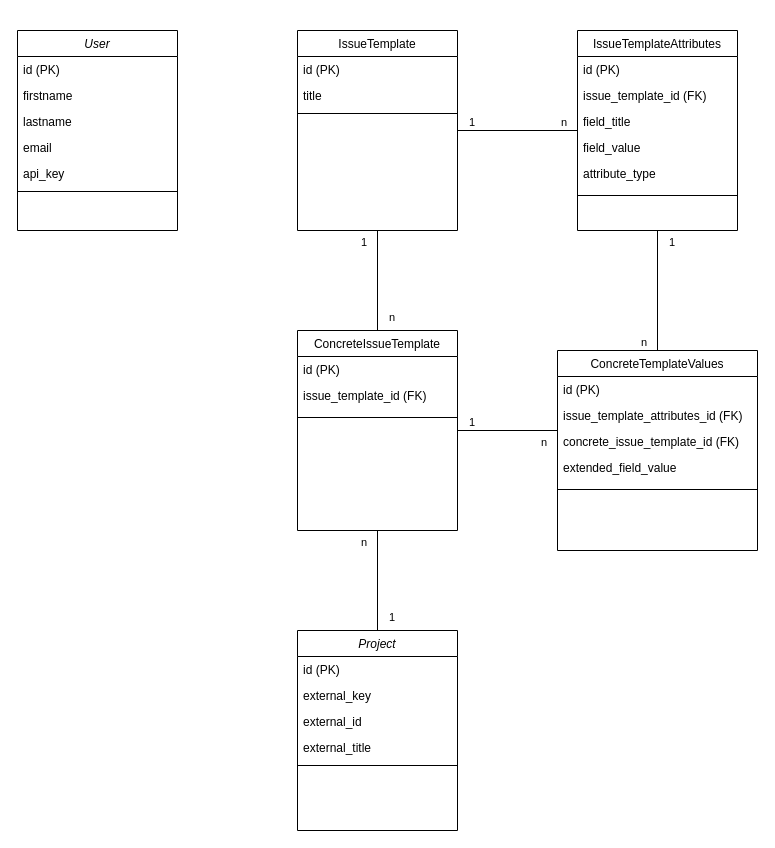
Before: diagrams/event_controller.drawio in NicoHahn/loopview, a draw.io diagram. Source tidied: cells renumbered, new cells numbered last; positions are measured from the earlier drawing's top-left corner, leaving out a move shared by most shapes. Both pictures are drawn from the tidied source at 100%, with x=0, y=0 at pixel (17, 30).
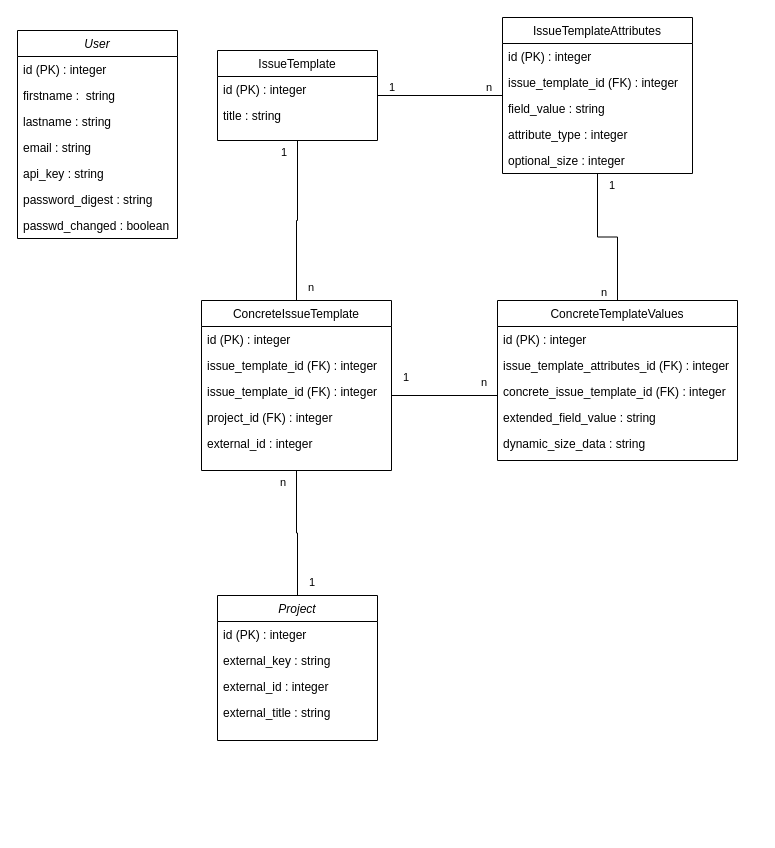
The same page after the edit.

What changed in the source:
```diff
@@
     <mxCell id="2" value="User" style="swimlane;fontStyle=2;align=center;verticalAlign=top;horizontal=1;startSize=26;rounded=0;shadow=0;strokeWidth=1;" parent="1" vertex="1">
-      <mxGeometry width="160" height="200" as="geometry" />
+      <mxGeometry width="160" height="208" as="geometry" />
     </mxCell>
-    <mxCell id="3" value="id (PK)" style="text;align=left;verticalAlign=top;spacingLeft=4;spacingRight=4;overflow=hidden;" parent="2" vertex="1">
+    <mxCell id="3" value="id (PK) : integer" style="text;align=left;verticalAlign=top;spacingLeft=4;spacingRight=4;overflow=hidden;" parent="2" vertex="1">
       <mxGeometry y="26" width="160" height="26" as="geometry" />
     </mxCell>
-    <mxCell id="4" value="firstname" style="text;align=left;verticalAlign=top;spacingLeft=4;spacingRight=4;overflow=hidden;" parent="2" vertex="1">
+    <mxCell id="4" value="firstname :  string" style="text;align=left;verticalAlign=top;spacingLeft=4;spacingRight=4;overflow=hidden;" parent="2" vertex="1">
       <mxGeometry y="52" width="160" height="26" as="geometry" />
     </mxCell>
-    <mxCell id="5" value="lastname" style="text;align=left;verticalAlign=top;spacingLeft=4;spacingRight=4;overflow=hidden;rounded=0;shadow=0;html=0;" parent="2" vertex="1">
+    <mxCell id="5" value="lastname : string" style="text;align=left;verticalAlign=top;spacingLeft=4;spacingRight=4;overflow=hidden;rounded=0;shadow=0;html=0;" parent="2" vertex="1">
       <mxGeometry y="78" width="160" height="26" as="geometry" />
     </mxCell>
-    <mxCell id="6" value="email" style="text;align=left;verticalAlign=top;spacingLeft=4;spacingRight=4;overflow=hidden;rounded=0;shadow=0;html=0;" parent="2" vertex="1">
+    <mxCell id="6" value="email : string" style="text;align=left;verticalAlign=top;spacingLeft=4;spacingRight=4;overflow=hidden;rounded=0;shadow=0;html=0;" parent="2" vertex="1">
       <mxGeometry y="104" width="160" height="26" as="geometry" />
     </mxCell>
-    <mxCell id="7" value="api_key" style="text;align=left;verticalAlign=top;spacingLeft=4;spacingRight=4;overflow=hidden;rounded=0;shadow=0;html=0;" parent="2" vertex="1">
+    <mxCell id="7" value="api_key : string" style="text;align=left;verticalAlign=top;spacingLeft=4;spacingRight=4;overflow=hidden;rounded=0;shadow=0;html=0;" parent="2" vertex="1">
       <mxGeometry y="130" width="160" height="26" as="geometry" />
     </mxCell>
-    <mxCell id="8" style="line;html=1;strokeWidth=1;align=left;verticalAlign=middle;spacingTop=-1;spacingLeft=3;spacingRight=3;labelPosition=right;" parent="2" vertex="1">
-      <mxGeometry y="156" width="160" height="10" as="geometry" />
-    </mxCell>
+    <mxCell id="51" value="password_digest : string" style="text;align=left;verticalAlign=top;spacingLeft=4;spacingRight=4;overflow=hidden;rounded=0;shadow=0;html=0;" parent="2" vertex="1">
+      <mxGeometry y="156" width="160" height="26" as="geometry" />
+    </mxCell>
+    <mxCell id="52" value="passwd_changed : boolean" style="text;align=left;verticalAlign=top;spacingLeft=4;spacingRight=4;overflow=hidden;rounded=0;shadow=0;html=0;" parent="2" vertex="1">
+      <mxGeometry y="182" width="160" height="26" as="geometry" />
+    </mxCell>
     <mxCell id="9" value="IssueTemplate" style="swimlane;fontStyle=0;align=center;verticalAlign=top;horizontal=1;startSize=26;rounded=0;shadow=0;strokeWidth=1;" parent="1" vertex="1">
-      <mxGeometry x="280" width="160" height="200" as="geometry" />
+      <mxGeometry x="200" y="20" width="160" height="90" as="geometry" />
     </mxCell>
-    <mxCell id="10" value="id (PK)" style="text;align=left;verticalAlign=top;spacingLeft=4;spacingRight=4;overflow=hidden;" parent="9" vertex="1">
+    <mxCell id="10" value="id (PK) : integer" style="text;align=left;verticalAlign=top;spacingLeft=4;spacingRight=4;overflow=hidden;" parent="9" vertex="1">
       <mxGeometry y="26" width="160" height="26" as="geometry" />
     </mxCell>
-    <mxCell id="11" value="title" style="text;align=left;verticalAlign=top;spacingLeft=4;spacingRight=4;overflow=hidden;" parent="9" vertex="1">
+    <mxCell id="11" value="title : string" style="text;align=left;verticalAlign=top;spacingLeft=4;spacingRight=4;overflow=hidden;" parent="9" vertex="1">
       <mxGeometry y="52" width="160" height="26" as="geometry" />
     </mxCell>
-    <mxCell id="12" style="line;html=1;strokeWidth=1;align=left;verticalAlign=middle;spacingTop=-1;spacingLeft=3;spacingRight=3;labelPosition=right;" parent="9" vertex="1">
-      <mxGeometry y="78" width="160" height="10" as="geometry" />
-    </mxCell>
     <mxCell id="13" value="Project" style="swimlane;fontStyle=2;align=center;verticalAlign=top;horizontal=1;startSize=26;rounded=0;shadow=0;strokeWidth=1;" parent="1" vertex="1">
-      <mxGeometry x="280" y="600" width="160" height="200" as="geometry" />
+      <mxGeometry x="200" y="565" width="160" height="145" as="geometry" />
     </mxCell>
-    <mxCell id="14" value="id (PK)" style="text;align=left;verticalAlign=top;spacingLeft=4;spacingRight=4;overflow=hidden;rounded=0;shadow=0;html=0;" parent="13" vertex="1">
+    <mxCell id="14" value="id (PK) : integer" style="text;align=left;verticalAlign=top;spacingLeft=4;spacingRight=4;overflow=hidden;rounded=0;shadow=0;html=0;" parent="13" vertex="1">
       <mxGeometry y="26" width="160" height="26" as="geometry" />
     </mxCell>
-    <mxCell id="15" value="external_key" style="text;align=left;verticalAlign=top;spacingLeft=4;spacingRight=4;overflow=hidden;rounded=0;shadow=0;html=0;" parent="13" vertex="1">
+    <mxCell id="15" value="external_key : string" style="text;align=left;verticalAlign=top;spacingLeft=4;spacingRight=4;overflow=hidden;rounded=0;shadow=0;html=0;" parent="13" vertex="1">
       <mxGeometry y="52" width="160" height="26" as="geometry" />
     </mxCell>
-    <mxCell id="16" value="external_id" style="text;align=left;verticalAlign=top;spacingLeft=4;spacingRight=4;overflow=hidden;rounded=0;shadow=0;html=0;" parent="13" vertex="1">
+    <mxCell id="16" value="external_id : integer" style="text;align=left;verticalAlign=top;spacingLeft=4;spacingRight=4;overflow=hidden;rounded=0;shadow=0;html=0;" parent="13" vertex="1">
       <mxGeometry y="78" width="160" height="26" as="geometry" />
     </mxCell>
-    <mxCell id="17" value="external_title" style="text;align=left;verticalAlign=top;spacingLeft=4;spacingRight=4;overflow=hidden;rounded=0;shadow=0;html=0;" parent="13" vertex="1">
+    <mxCell id="17" value="external_title : string" style="text;align=left;verticalAlign=top;spacingLeft=4;spacingRight=4;overflow=hidden;rounded=0;shadow=0;html=0;" parent="13" vertex="1">
       <mxGeometry y="104" width="160" height="26" as="geometry" />
     </mxCell>
-    <mxCell id="18" style="line;html=1;strokeWidth=1;align=left;verticalAlign=middle;spacingTop=-1;spacingLeft=3;spacingRight=3;labelPosition=right;" parent="13" vertex="1">
-      <mxGeometry y="130" width="160" height="10" as="geometry" />
-    </mxCell>
     <mxCell id="19" value="ConcreteIssueTemplate" style="swimlane;fontStyle=0;align=center;verticalAlign=top;horizontal=1;startSize=26;rounded=0;shadow=0;strokeWidth=1;" parent="1" vertex="1">
-      <mxGeometry x="280" y="300" width="160" height="200" as="geometry" />
+      <mxGeometry x="184" y="270" width="190" height="170" as="geometry" />
     </mxCell>
-    <mxCell id="20" value="id (PK)" style="text;align=left;verticalAlign=top;spacingLeft=4;spacingRight=4;overflow=hidden;" parent="19" vertex="1">
-      <mxGeometry y="26" width="160" height="26" as="geometry" />
+    <mxCell id="20" value="id (PK) : integer" style="text;align=left;verticalAlign=top;spacingLeft=4;spacingRight=4;overflow=hidden;" parent="19" vertex="1">
+      <mxGeometry y="26" width="190" height="26" as="geometry" />
     </mxCell>
-    <mxCell id="21" value="issue_template_id (FK)" style="text;align=left;verticalAlign=top;spacingLeft=4;spacingRight=4;overflow=hidden;" parent="19" vertex="1">
-      <mxGeometry y="52" width="160" height="26" as="geometry" />
+    <mxCell id="21" value="issue_template_id (FK) : integer" style="text;align=left;verticalAlign=top;spacingLeft=4;spacingRight=4;overflow=hidden;" parent="19" vertex="1">
+      <mxGeometry y="52" width="190" height="26" as="geometry" />
     </mxCell>
-    <mxCell id="22" style="line;html=1;strokeWidth=1;align=left;verticalAlign=middle;spacingTop=-1;spacingLeft=3;spacingRight=3;labelPosition=right;" parent="19" vertex="1">
-      <mxGeometry y="78" width="160" height="18" as="geometry" />
-    </mxCell>
+    <mxCell id="53" value="issue_template_id (FK) : integer" style="text;align=left;verticalAlign=top;spacingLeft=4;spacingRight=4;overflow=hidden;" parent="19" vertex="1">
+      <mxGeometry y="78" width="190" height="26" as="geometry" />
+    </mxCell>
+    <mxCell id="54" value="project_id (FK) : integer" style="text;align=left;verticalAlign=top;spacingLeft=4;spacingRight=4;overflow=hidden;" parent="19" vertex="1">
+      <mxGeometry y="104" width="190" height="26" as="geometry" />
+    </mxCell>
+    <mxCell id="55" value="external_id : integer" style="text;align=left;verticalAlign=top;spacingLeft=4;spacingRight=4;overflow=hidden;" parent="19" vertex="1">
+      <mxGeometry y="130" width="190" height="26" as="geometry" />
+    </mxCell>
@@
     <mxCell id="29" value="ConcreteTemplateValues" style="swimlane;fontStyle=0;align=center;verticalAlign=top;horizontal=1;startSize=26;rounded=0;shadow=0;strokeWidth=1;" parent="1" vertex="1">
-      <mxGeometry x="540" y="320" width="200" height="200" as="geometry" />
+      <mxGeometry x="480" y="270" width="240" height="160" as="geometry" />
     </mxCell>
-    <mxCell id="30" value="id (PK)" style="text;align=left;verticalAlign=top;spacingLeft=4;spacingRight=4;overflow=hidden;" parent="29" vertex="1">
-      <mxGeometry y="26" width="200" height="26" as="geometry" />
+    <mxCell id="30" value="id (PK) : integer" style="text;align=left;verticalAlign=top;spacingLeft=4;spacingRight=4;overflow=hidden;" parent="29" vertex="1">
+      <mxGeometry y="26" width="240" height="26" as="geometry" />
     </mxCell>
-    <mxCell id="31" value="issue_template_attributes_id (FK)" style="text;align=left;verticalAlign=top;spacingLeft=4;spacingRight=4;overflow=hidden;" parent="29" vertex="1">
-      <mxGeometry y="52" width="200" height="26" as="geometry" />
+    <mxCell id="31" value="issue_template_attributes_id (FK) : integer" style="text;align=left;verticalAlign=top;spacingLeft=4;spacingRight=4;overflow=hidden;" parent="29" vertex="1">
+      <mxGeometry y="52" width="240" height="26" as="geometry" />
     </mxCell>
-    <mxCell id="32" value="concrete_issue_template_id (FK)" style="text;align=left;verticalAlign=top;spacingLeft=4;spacingRight=4;overflow=hidden;points=[[0,0.5],[1,0.5]];portConstraint=eastwest;" parent="29" vertex="1">
-      <mxGeometry y="78" width="200" height="26" as="geometry" />
+    <mxCell id="32" value="concrete_issue_template_id (FK) : integer" style="text;align=left;verticalAlign=top;spacingLeft=4;spacingRight=4;overflow=hidden;points=[[0,0.5],[1,0.5]];portConstraint=eastwest;" parent="29" vertex="1">
+      <mxGeometry y="78" width="240" height="26" as="geometry" />
     </mxCell>
-    <mxCell id="33" value="extended_field_value" style="text;align=left;verticalAlign=top;spacingLeft=4;spacingRight=4;overflow=hidden;points=[[0,0.5],[1,0.5]];portConstraint=eastwest;" parent="29" vertex="1">
-      <mxGeometry y="104" width="200" height="26" as="geometry" />
+    <mxCell id="33" value="extended_field_value : string" style="text;align=left;verticalAlign=top;spacingLeft=4;spacingRight=4;overflow=hidden;points=[[0,0.5],[1,0.5]];portConstraint=eastwest;" parent="29" vertex="1">
+      <mxGeometry y="104" width="240" height="26" as="geometry" />
     </mxCell>
-    <mxCell id="34" style="line;html=1;strokeWidth=1;align=left;verticalAlign=middle;spacingTop=-1;spacingLeft=3;spacingRight=3;labelPosition=right;" parent="29" vertex="1">
-      <mxGeometry y="130" width="200" height="18" as="geometry" />
-    </mxCell>
+    <mxCell id="56" value="dynamic_size_data : string" style="text;align=left;verticalAlign=top;spacingLeft=4;spacingRight=4;overflow=hidden;" parent="29" vertex="1">
+      <mxGeometry y="130" width="240" height="26" as="geometry" />
+    </mxCell>
     <mxCell id="35" value="IssueTemplateAttributes" style="swimlane;fontStyle=0;align=center;verticalAlign=top;horizontal=1;startSize=26;rounded=0;shadow=0;strokeWidth=1;" parent="1" vertex="1">
-      <mxGeometry x="560" width="160" height="200" as="geometry" />
+      <mxGeometry x="485" y="-13" width="190" height="156" as="geometry" />
     </mxCell>
-    <mxCell id="36" value="id (PK)" style="text;align=left;verticalAlign=top;spacingLeft=4;spacingRight=4;overflow=hidden;" parent="35" vertex="1">
-      <mxGeometry y="26" width="160" height="26" as="geometry" />
+    <mxCell id="36" value="id (PK) : integer" style="text;align=left;verticalAlign=top;spacingLeft=4;spacingRight=4;overflow=hidden;" parent="35" vertex="1">
+      <mxGeometry y="26" width="190" height="26" as="geometry" />
     </mxCell>
-    <mxCell id="37" value="issue_template_id (FK)" style="text;align=left;verticalAlign=top;spacingLeft=4;spacingRight=4;overflow=hidden;" parent="35" vertex="1">
-      <mxGeometry y="52" width="160" height="26" as="geometry" />
+    <mxCell id="37" value="issue_template_id (FK) : integer" style="text;align=left;verticalAlign=top;spacingLeft=4;spacingRight=4;overflow=hidden;" parent="35" vertex="1">
+      <mxGeometry y="52" width="190" height="26" as="geometry" />
     </mxCell>
-    <mxCell id="38" value="field_title" style="text;align=left;verticalAlign=top;spacingLeft=4;spacingRight=4;overflow=hidden;" parent="35" vertex="1">
-      <mxGeometry y="78" width="160" height="26" as="geometry" />
-    </mxCell>
-    <mxCell id="39" value="field_value" style="text;align=left;verticalAlign=top;spacingLeft=4;spacingRight=4;overflow=hidden;" parent="35" vertex="1">
-      <mxGeometry y="104" width="160" height="26" as="geometry" />
+    <mxCell id="39" value="field_value : string" style="text;align=left;verticalAlign=top;spacingLeft=4;spacingRight=4;overflow=hidden;" parent="35" vertex="1">
+      <mxGeometry y="78" width="190" height="26" as="geometry" />
     </mxCell>
-    <mxCell id="40" value="attribute_type" style="text;align=left;verticalAlign=top;spacingLeft=4;spacingRight=4;overflow=hidden;" parent="35" vertex="1">
-      <mxGeometry y="130" width="160" height="26" as="geometry" />
+    <mxCell id="40" value="attribute_type : integer" style="text;align=left;verticalAlign=top;spacingLeft=4;spacingRight=4;overflow=hidden;" parent="35" vertex="1">
+      <mxGeometry y="104" width="190" height="26" as="geometry" />
     </mxCell>
-    <mxCell id="41" style="line;html=1;strokeWidth=1;align=left;verticalAlign=middle;spacingTop=-1;spacingLeft=3;spacingRight=3;labelPosition=right;" parent="35" vertex="1">
-      <mxGeometry y="156" width="160" height="18" as="geometry" />
-    </mxCell>
+    <mxCell id="57" value="optional_size : integer" style="text;align=left;verticalAlign=top;spacingLeft=4;spacingRight=4;overflow=hidden;" parent="35" vertex="1">
+      <mxGeometry y="130" width="190" height="26" as="geometry" />
+    </mxCell>
@@
-    <mxCell id="48" style="endArrow=none;html=1;edgeStyle=orthogonalEdgeStyle;rounded=0;startSize=26;entryX=0;entryY=0.5;entryDx=0;entryDy=0;exitX=1;exitY=0.5;exitDx=0;exitDy=0;" parent="1" edge="1" source="19" target="33">
+    <mxCell id="48" style="endArrow=none;html=1;edgeStyle=orthogonalEdgeStyle;rounded=0;startSize=26;entryX=0;entryY=0.5;entryDx=0;entryDy=0;exitX=1;exitY=0.5;exitDx=0;exitDy=0;" parent="1" edge="1" source="19" target="32">
       <mxGeometry relative="1" as="geometry">
         <Array as="points">
-          <mxPoint x="440" y="400" />
-          <mxPoint x="540" y="400" />
+          <mxPoint x="480" y="365" />
+          <mxPoint x="480" y="361" />
         </Array>
       </mxGeometry>
     </mxCell>
@@
     <mxCell id="50" value="n" style="edgeLabel;html=1;align=right;verticalAlign=bottom;rounded=0;shadow=0;startSize=26;strokeWidth=1;" parent="48" vertex="1">
       <mxGeometry x="1" relative="1" as="geometry">
-        <mxPoint x="-10" y="-17" as="offset" />
+        <mxPoint x="-10" y="-1" as="offset" />
       </mxGeometry>
     </mxCell>
```
